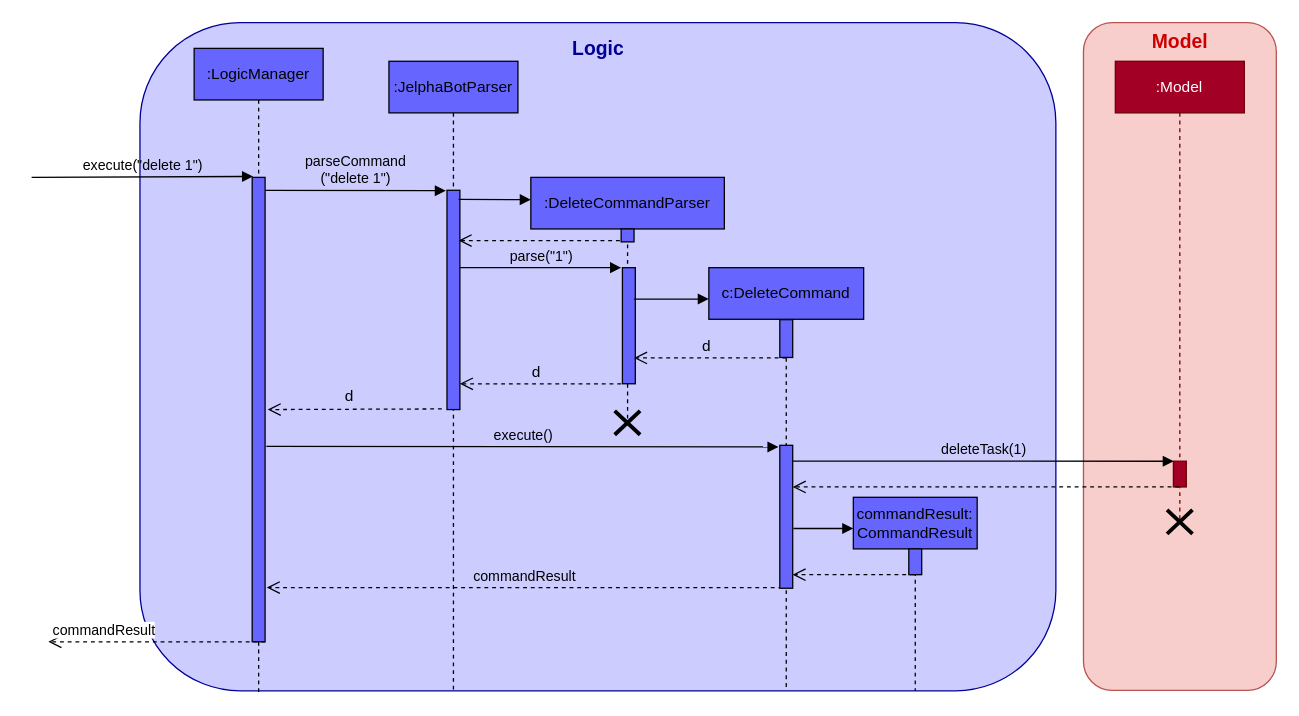
yapdianhao/main keeps this draw.io diagram as docs/diagrams/DeleteSequenceDiagram.drawio. Above is the earlier version. Source tidied: cells renumbered, new cells numbered last; positions are measured from the earlier drawing's top-left corner, leaving out a move shared by most shapes. Both pictures are drawn from the tidied source at 129%, with x=0, y=0 at pixel (31, 22).
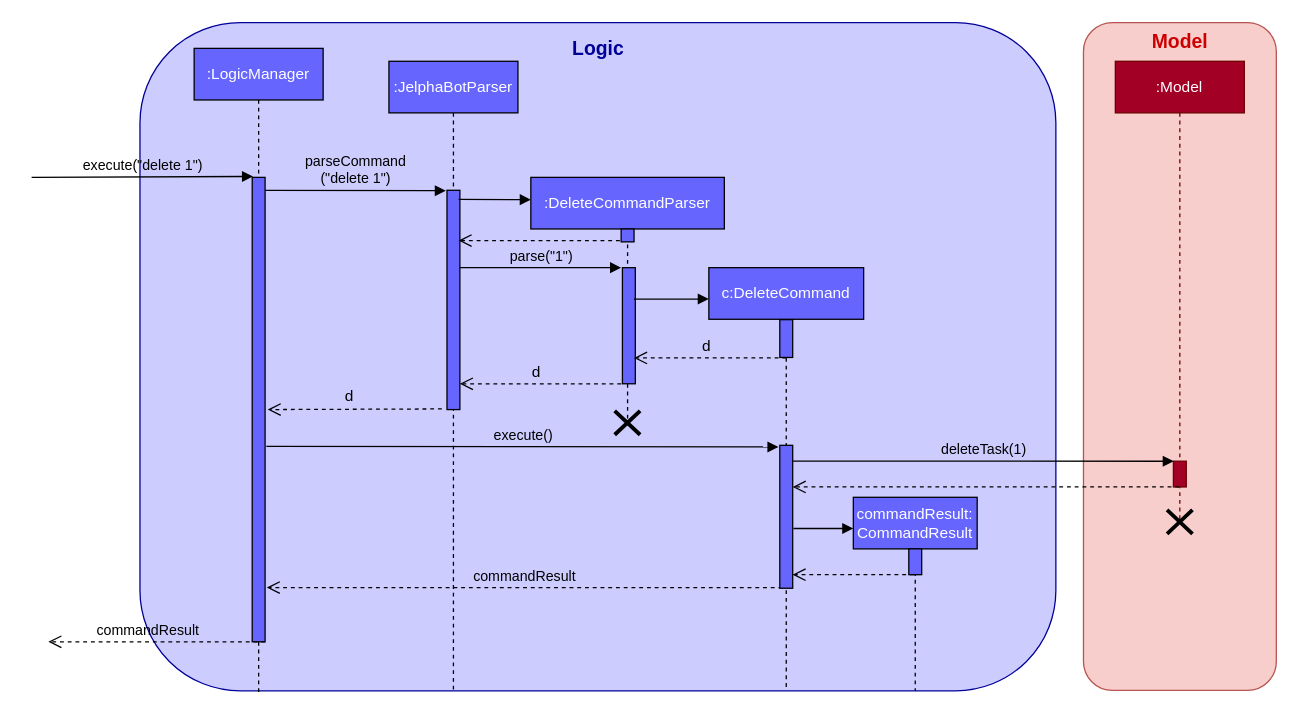
After the change.

The change refers to these unchanged cells:
```xml
<mxCell id="16" style="group;" parent="1" vertex="1">
  <mxGeometry x="525" y="190" width="120" height="328" as="geometry" />
</mxCell>
```

What changed in the source:
```diff
@@
-    <mxCell id="7" value=":JelphaBotParser" style="shape=umlLifeline;perimeter=lifelinePerimeter;whiteSpace=wrap;html=1;shadow=0;fillColor=#6666FF;" parent="1" vertex="1">
+    <mxCell id="7" value="&lt;font color=&quot;#ffffff&quot;&gt;:JelphaBotParser&lt;/font&gt;" style="shape=umlLifeline;perimeter=lifelinePerimeter;whiteSpace=wrap;html=1;shadow=0;fillColor=#6666FF;" parent="1" vertex="1">
       <mxGeometry x="277" y="30" width="100" height="488" as="geometry" />
     </mxCell>
@@
-    <mxCell id="10" value=":DeleteCommandParser" style="shape=umlLifeline;perimeter=lifelinePerimeter;whiteSpace=wrap;html=1;outlineConnect=0;shadow=0;fillColor=#6666FF;" parent="1" vertex="1">
+    <mxCell id="10" value="&lt;font color=&quot;#ffffff&quot;&gt;:DeleteCommandParser&lt;/font&gt;" style="shape=umlLifeline;perimeter=lifelinePerimeter;whiteSpace=wrap;html=1;outlineConnect=0;shadow=0;fillColor=#6666FF;" parent="1" vertex="1">
       <mxGeometry x="387" y="120" width="150" height="190" as="geometry" />
     </mxCell>
@@
-    <mxCell id="17" value="c:DeleteCommand" style="shape=umlLifeline;perimeter=lifelinePerimeter;whiteSpace=wrap;html=1;shadow=0;fillColor=#6666FF;" parent="16" vertex="1">
+    <mxCell id="17" value="&lt;font color=&quot;#ffffff&quot;&gt;c:DeleteCommand&lt;/font&gt;" style="shape=umlLifeline;perimeter=lifelinePerimeter;whiteSpace=wrap;html=1;shadow=0;fillColor=#6666FF;" parent="16" vertex="1">
       <mxGeometry width="120" height="328" as="geometry" />
     </mxCell>
@@
-    <mxCell id="32" value="commandResult" style="html=1;verticalAlign=bottom;endArrow=open;dashed=1;endSize=8;fillColor=#4D9900;" parent="1" edge="1">
-      <mxGeometry x="0.49" relative="1" as="geometry">
+    <mxCell id="32" value="commandResult" style="html=1;verticalAlign=bottom;endArrow=open;dashed=1;endSize=8;fillColor=#4D9900;labelBackgroundColor=none;" parent="1" edge="1">
+      <mxGeometry x="0.08" relative="1" as="geometry">
         <mxPoint x="181" y="480" as="sourcePoint" />
         <mxPoint x="13" y="480" as="targetPoint" />
       </mxGeometry>
     </mxCell>
@@
-    <mxCell id="40" value="commandResult:&lt;br&gt;CommandResult" style="shape=umlLifeline;perimeter=lifelinePerimeter;whiteSpace=wrap;html=1;shadow=0;fillColor=#6666FF;" parent="1" vertex="1">
+    <mxCell id="40" value="&lt;font color=&quot;#ffffff&quot;&gt;commandResult:&lt;br&gt;CommandResult&lt;/font&gt;" style="shape=umlLifeline;perimeter=lifelinePerimeter;whiteSpace=wrap;html=1;shadow=0;fillColor=#6666FF;" parent="1" vertex="1">
       <mxGeometry x="637" y="368" width="96" height="150" as="geometry" />
     </mxCell>
@@
-    <mxCell id="43" value=":LogicManager" style="shape=umlLifeline;perimeter=lifelinePerimeter;whiteSpace=wrap;html=1;shadow=0;fillColor=#6666FF;" parent="1" vertex="1">
+    <mxCell id="43" value="&lt;font color=&quot;#ffffff&quot;&gt;:LogicManager&lt;/font&gt;" style="shape=umlLifeline;perimeter=lifelinePerimeter;whiteSpace=wrap;html=1;shadow=0;fillColor=#6666FF;" parent="1" vertex="1">
       <mxGeometry x="126" y="20" width="100" height="500" as="geometry" />
     </mxCell>
```
